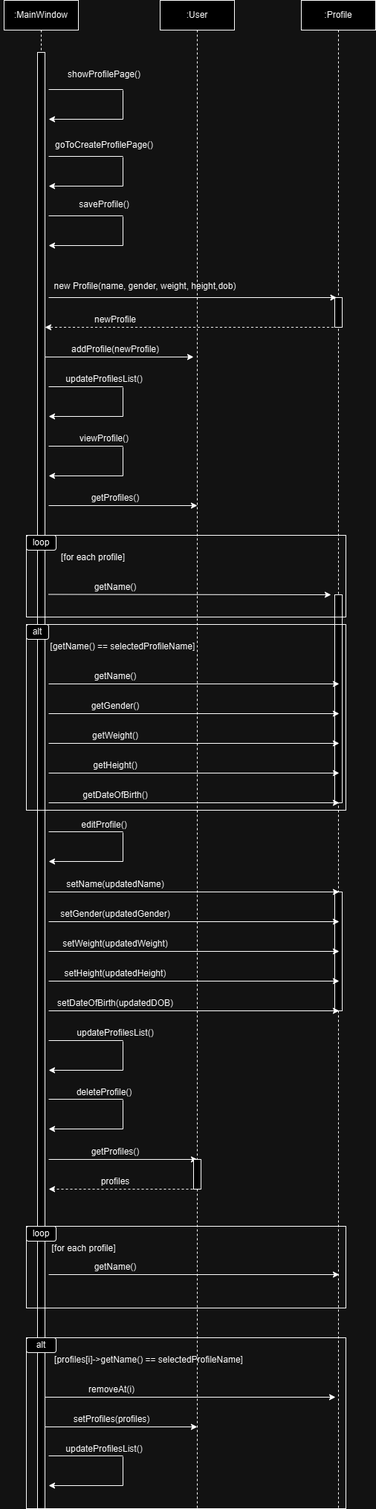
Earlier version of the draw.io export Sequence Diagrams/CUD_Profile.png (abdelshafei/Team26RaDoTechSimulation). Source tidied: cells renumbered, new cells last; positions are measured from the earlier drawing's top-left corner, leaving out a move shared by most shapes.
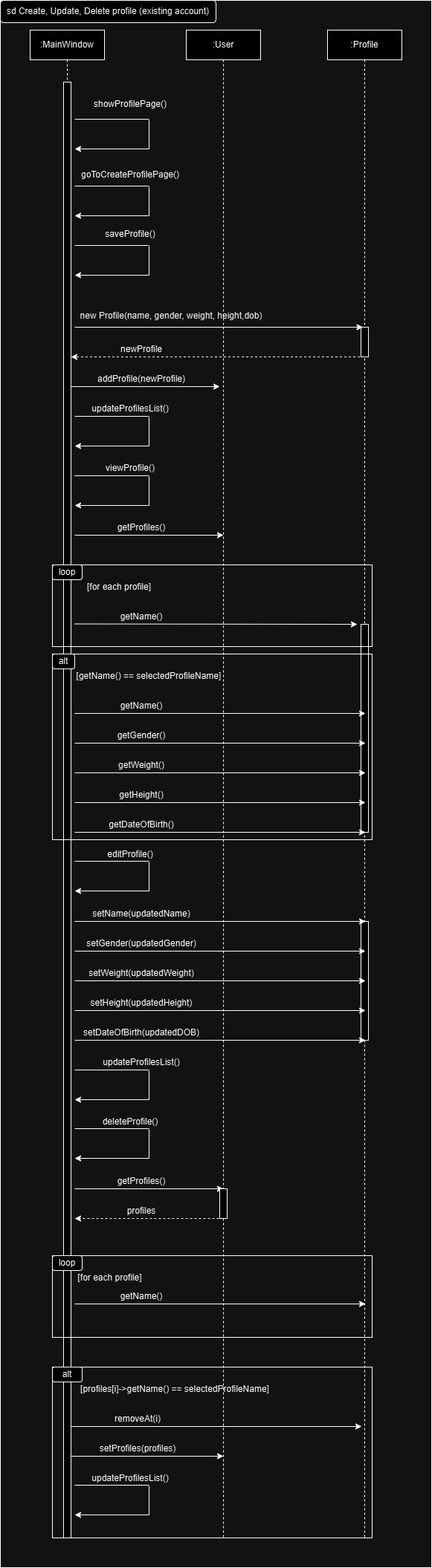
The same file after the commit.

The edit, as a diff of the source:
```diff
@@ -442,5 +442,11 @@
     <mxCell id="99" value="updateProfilesList()" style="text;html=1;align=center;verticalAlign=middle;whiteSpace=wrap;rounded=0;" parent="1" vertex="1">
       <mxGeometry x="95" y="1940" width="90" height="20" as="geometry" />
     </mxCell>
+    <mxCell id="100" style="rounded=0;whiteSpace=wrap;html=1;fillColor=none;" parent="1" vertex="1">
+      <mxGeometry x="-35" y="-40" width="580" height="2110" as="geometry" />
+    </mxCell>
+    <mxCell id="101" value="sd Create, Update, Delete profile (existing account)" style="rounded=1;whiteSpace=wrap;html=1;" parent="1" vertex="1">
+      <mxGeometry x="-35" y="-40" width="290" height="30" as="geometry" />
+    </mxCell>
   </root>
 </mxGraphModel>
```
